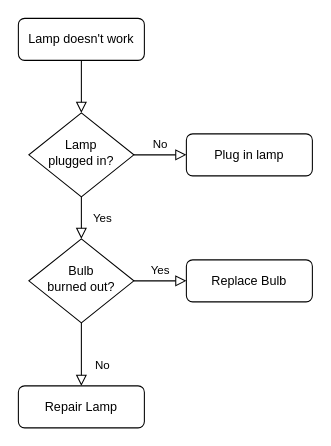
Earlier version of the draw.io diagram Untitled Diagram.drawio (AidinAlahverdi/App1). Source tidied: cells renumbered, new cells numbered last; positions are measured from the earlier drawing's top-left corner, leaving out a move shared by most shapes. Both pictures are drawn from the tidied source at 105%, with x=0, y=0 at pixel (18, 18).
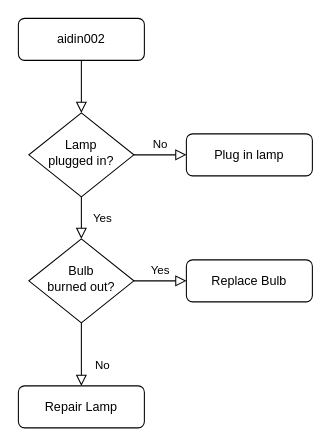
After the change.

Diff of the diagram source:
```diff
@@
 <mxGraphModel>
   <root>
     <mxCell id="0" />
     <mxCell id="1" parent="0" />
     <mxCell id="2" style="rounded=0;html=1;jettySize=auto;fontSize=11;endArrow=block;endFill=0;endSize=8;strokeWidth=1;shadow=0;labelBackgroundColor=none;edgeStyle=orthogonalEdgeStyle;" parent="1" edge="1" source="3" target="6">
       <mxGeometry relative="1" as="geometry" />
     </mxCell>
-    <mxCell id="3" value="Lamp doesn't work" style="rounded=1;whiteSpace=wrap;html=1;fontSize=12;glass=0;strokeWidth=1;shadow=0;" parent="1" vertex="1">
+    <mxCell id="3" value="aidin002" style="rounded=1;whiteSpace=wrap;html=1;fontSize=12;glass=0;strokeWidth=1;shadow=0;" parent="1" vertex="1">
       <mxGeometry width="120" height="40" as="geometry" />
     </mxCell>
     <mxCell id="4" value="Yes" style="rounded=0;html=1;jettySize=auto;fontSize=11;endArrow=block;endFill=0;endSize=8;strokeWidth=1;shadow=0;labelBackgroundColor=none;edgeStyle=orthogonalEdgeStyle;" parent="1" edge="1" source="6" target="10">
       <mxGeometry y="20" relative="1" as="geometry" />
     </mxCell>
     <mxCell id="5" value="No" style="edgeStyle=orthogonalEdgeStyle;rounded=0;html=1;jettySize=auto;fontSize=11;endArrow=block;endFill=0;endSize=8;strokeWidth=1;shadow=0;labelBackgroundColor=none;" parent="1" edge="1" source="6" target="7">
       <mxGeometry y="10" relative="1" as="geometry" />
     </mxCell>
     <mxCell id="6" value="Lamp&lt;br&gt;plugged in?" style="rhombus;whiteSpace=wrap;html=1;shadow=0;fontFamily=Helvetica;fontSize=12;align=center;strokeWidth=1;spacing=6;spacingTop=-4;" parent="1" vertex="1">
       <mxGeometry x="10" y="90" width="100" height="80" as="geometry" />
     </mxCell>
     <mxCell id="7" value="Plug in lamp" style="rounded=1;whiteSpace=wrap;html=1;fontSize=12;glass=0;strokeWidth=1;shadow=0;" parent="1" vertex="1">
       <mxGeometry x="160" y="110" width="120" height="40" as="geometry" />
     </mxCell>
     <mxCell id="8" value="No" style="rounded=0;html=1;jettySize=auto;fontSize=11;endArrow=block;endFill=0;endSize=8;strokeWidth=1;shadow=0;labelBackgroundColor=none;edgeStyle=orthogonalEdgeStyle;" parent="1" edge="1" source="10" target="11">
       <mxGeometry x="0.33" y="20" relative="1" as="geometry" />
     </mxCell>
     <mxCell id="9" value="Yes" style="edgeStyle=orthogonalEdgeStyle;rounded=0;html=1;jettySize=auto;fontSize=11;endArrow=block;endFill=0;endSize=8;strokeWidth=1;shadow=0;labelBackgroundColor=none;" parent="1" edge="1" source="10" target="12">
       <mxGeometry y="10" relative="1" as="geometry" />
     </mxCell>
     <mxCell id="10" value="Bulb&lt;br&gt;burned out?" style="rhombus;whiteSpace=wrap;html=1;shadow=0;fontFamily=Helvetica;fontSize=12;align=center;strokeWidth=1;spacing=6;spacingTop=-4;" parent="1" vertex="1">
       <mxGeometry x="10" y="210" width="100" height="80" as="geometry" />
     </mxCell>
     <mxCell id="11" value="Repair Lamp" style="rounded=1;whiteSpace=wrap;html=1;fontSize=12;glass=0;strokeWidth=1;shadow=0;" parent="1" vertex="1">
       <mxGeometry y="350" width="120" height="40" as="geometry" />
     </mxCell>
     <mxCell id="12" value="Replace Bulb" style="rounded=1;whiteSpace=wrap;html=1;fontSize=12;glass=0;strokeWidth=1;shadow=0;" parent="1" vertex="1">
       <mxGeometry x="160" y="230" width="120" height="40" as="geometry" />
     </mxCell>
   </root>
 </mxGraphModel>
```
